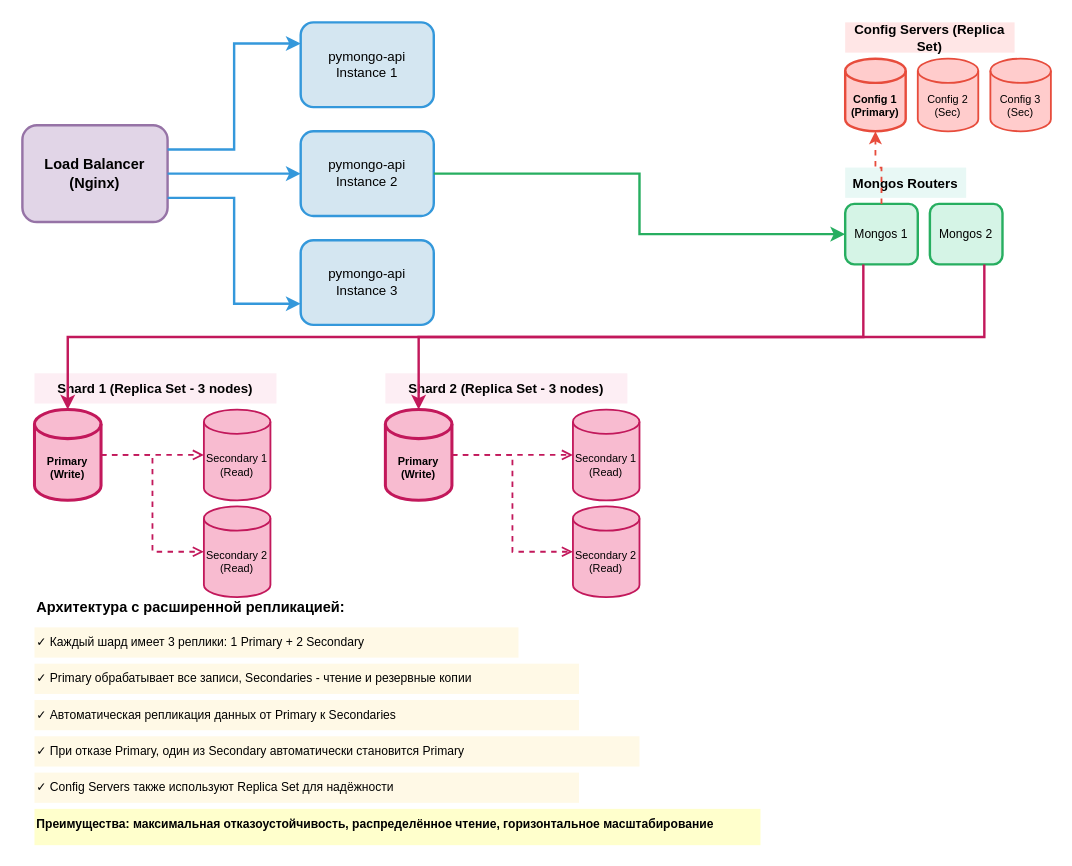
Above: task1/black-friday-1.2.drawio in hendricson/architecture-pro-black_friday (draw.io), before the change. Source tidied: cells renumbered, new cells numbered last; positions are measured from the earlier drawing's top-left corner, leaving out a move shared by most shapes. Both pictures are drawn from the tidied source at 121%, with x=0, y=0 at pixel (22, 22).
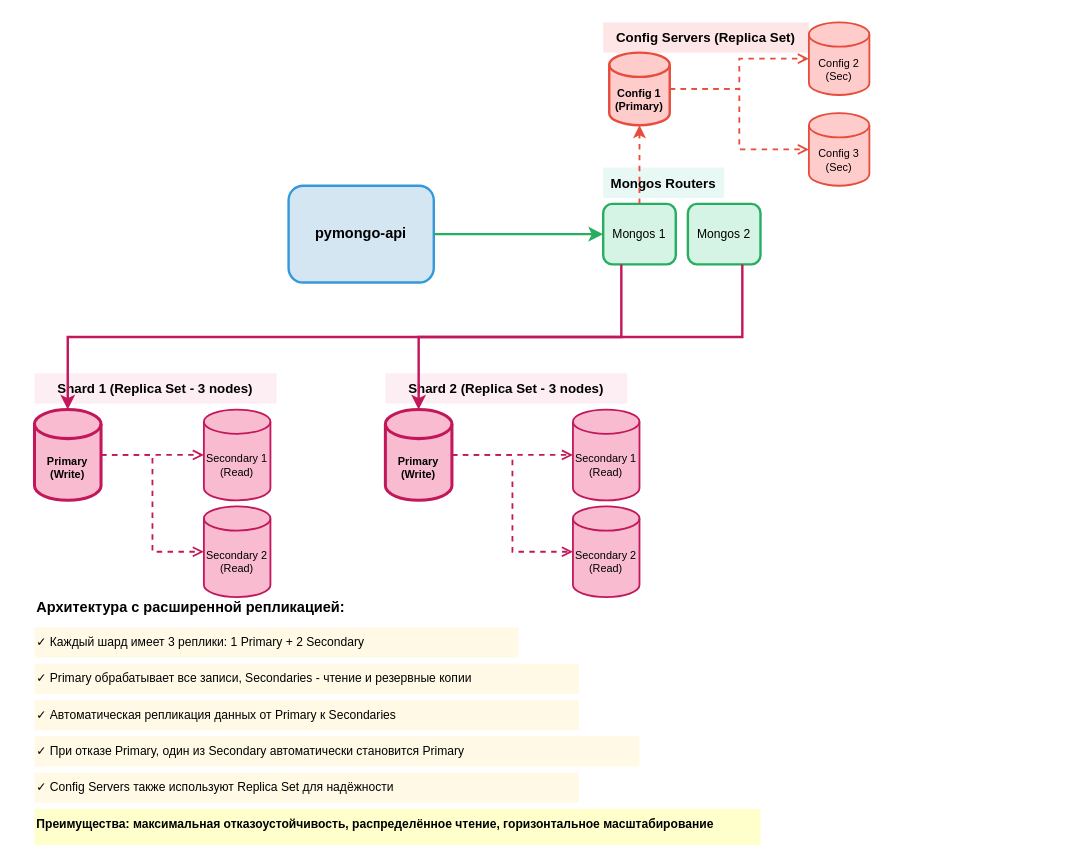
The same diagram, later.

Diff of the diagram source:
```diff
@@
-    <mxCell id="2" value="Load Balancer&#10;(Nginx)" style="rounded=1;whiteSpace=wrap;html=1;fillColor=#e1d5e7;strokeColor=#9673a6;strokeWidth=2;fontSize=12;fontStyle=1;" parent="1" vertex="1">
-      <mxGeometry y="85" width="120" height="80" as="geometry" />
-    </mxCell>
-    <mxCell id="3" value="pymongo-api&#10;Instance 1" style="rounded=1;whiteSpace=wrap;html=1;fillColor=#d4e6f1;strokeColor=#3498db;strokeWidth=2;fontSize=11;" parent="1" vertex="1">
-      <mxGeometry x="230" width="110" height="70" as="geometry" />
+    <mxCell id="3" value="pymongo-api" style="rounded=1;whiteSpace=wrap;html=1;fillColor=#d4e6f1;strokeColor=#3498db;strokeWidth=2;fontSize=12;fontStyle=1;" parent="1" vertex="1">
+      <mxGeometry x="220" y="135" width="120" height="80" as="geometry" />
     </mxCell>
-    <mxCell id="4" value="pymongo-api&#10;Instance 2" style="rounded=1;whiteSpace=wrap;html=1;fillColor=#d4e6f1;strokeColor=#3498db;strokeWidth=2;fontSize=11;" parent="1" vertex="1">
-      <mxGeometry x="230" y="90" width="110" height="70" as="geometry" />
-    </mxCell>
-    <mxCell id="5" value="pymongo-api&#10;Instance 3" style="rounded=1;whiteSpace=wrap;html=1;fillColor=#d4e6f1;strokeColor=#3498db;strokeWidth=2;fontSize=11;" parent="1" vertex="1">
-      <mxGeometry x="230" y="180" width="110" height="70" as="geometry" />
-    </mxCell>
     <mxCell id="6" value="Config Servers (Replica Set)" style="text;html=1;align=center;verticalAlign=middle;whiteSpace=wrap;rounded=0;fontSize=11;fontStyle=1;fillColor=#ffe6e6;" parent="1" vertex="1">
-      <mxGeometry x="680" width="140" height="25" as="geometry" />
+      <mxGeometry x="480" width="170" height="25" as="geometry" />
     </mxCell>
     <mxCell id="7" value="Config 1&#10;(Primary)" style="shape=cylinder3;whiteSpace=wrap;html=1;boundedLbl=1;backgroundOutline=1;size=10;fillColor=#ffcccc;strokeColor=#e74c3c;strokeWidth=2;fontSize=9;fontStyle=1;" parent="1" vertex="1">
-      <mxGeometry x="680" y="30" width="50" height="60" as="geometry" />
+      <mxGeometry x="485" y="25" width="50" height="60" as="geometry" />
     </mxCell>
     <mxCell id="8" value="Config 2&#10;(Sec)" style="shape=cylinder3;whiteSpace=wrap;html=1;boundedLbl=1;backgroundOutline=1;size=10;fillColor=#ffcccc;strokeColor=#e74c3c;strokeWidth=1.5;fontSize=9;" parent="1" vertex="1">
-      <mxGeometry x="740" y="30" width="50" height="60" as="geometry" />
+      <mxGeometry x="650" width="50" height="60" as="geometry" />
     </mxCell>
     <mxCell id="9" value="Config 3&#10;(Sec)" style="shape=cylinder3;whiteSpace=wrap;html=1;boundedLbl=1;backgroundOutline=1;size=10;fillColor=#ffcccc;strokeColor=#e74c3c;strokeWidth=1.5;fontSize=9;" parent="1" vertex="1">
-      <mxGeometry x="800" y="30" width="50" height="60" as="geometry" />
+      <mxGeometry x="650" y="75" width="50" height="60" as="geometry" />
     </mxCell>
+    <mxCell id="39" style="edgeStyle=orthogonalEdgeStyle;rounded=0;jettySize=auto;html=1;exitX=1;exitY=0.5;exitDx=0;exitDy=0;entryX=0;entryY=0.5;entryDx=0;entryDy=0;strokeWidth=1.5;strokeColor=#e74c3c;dashed=1;endArrow=open;endFill=0;" parent="1" edge="1" source="7" target="8">
+      <mxGeometry relative="1" as="geometry" />
+    </mxCell>
+    <mxCell id="40" style="edgeStyle=orthogonalEdgeStyle;rounded=0;jettySize=auto;html=1;exitX=1;exitY=0.5;exitDx=0;exitDy=0;entryX=0;entryY=0.5;entryDx=0;entryDy=0;strokeWidth=1.5;strokeColor=#e74c3c;dashed=1;endArrow=open;endFill=0;" parent="1" edge="1" source="7" target="9">
+      <mxGeometry relative="1" as="geometry" />
+    </mxCell>
     <mxCell id="10" value="Mongos Routers" style="text;html=1;align=center;verticalAlign=middle;whiteSpace=wrap;rounded=0;fontSize=11;fontStyle=1;fillColor=#e8f8f5;" parent="1" vertex="1">
-      <mxGeometry x="680" y="120" width="100" height="25" as="geometry" />
+      <mxGeometry x="480" y="120" width="100" height="25" as="geometry" />
     </mxCell>
     <mxCell id="11" value="Mongos 1" style="rounded=1;whiteSpace=wrap;html=1;fillColor=#d5f4e6;strokeColor=#27ae60;strokeWidth=2;fontSize=10;" parent="1" vertex="1">
-      <mxGeometry x="680" y="150" width="60" height="50" as="geometry" />
+      <mxGeometry x="480" y="150" width="60" height="50" as="geometry" />
     </mxCell>
     <mxCell id="12" value="Mongos 2" style="rounded=1;whiteSpace=wrap;html=1;fillColor=#d5f4e6;strokeColor=#27ae60;strokeWidth=2;fontSize=10;" parent="1" vertex="1">
-      <mxGeometry x="750" y="150" width="60" height="50" as="geometry" />
+      <mxGeometry x="550" y="150" width="60" height="50" as="geometry" />
     </mxCell>
@@
-    <mxCell id="25" style="edgeStyle=orthogonalEdgeStyle;rounded=0;jettySize=auto;html=1;exitX=1;exitY=0.25;exitDx=0;exitDy=0;entryX=0;entryY=0.25;entryDx=0;entryDy=0;strokeWidth=2;strokeColor=#3498db;" parent="1" edge="1" source="2" target="3">
-      <mxGeometry relative="1" as="geometry" />
-    </mxCell>
-    <mxCell id="26" style="edgeStyle=orthogonalEdgeStyle;rounded=0;jettySize=auto;html=1;exitX=1;exitY=0.5;exitDx=0;exitDy=0;entryX=0;entryY=0.5;entryDx=0;entryDy=0;strokeWidth=2;strokeColor=#3498db;" parent="1" edge="1" source="2" target="4">
-      <mxGeometry relative="1" as="geometry" />
-    </mxCell>
-    <mxCell id="27" style="edgeStyle=orthogonalEdgeStyle;rounded=0;jettySize=auto;html=1;exitX=1;exitY=0.75;exitDx=0;exitDy=0;entryX=0;entryY=0.75;entryDx=0;entryDy=0;strokeWidth=2;strokeColor=#3498db;" parent="1" edge="1" source="2" target="5">
-      <mxGeometry relative="1" as="geometry" />
-    </mxCell>
-    <mxCell id="28" style="edgeStyle=orthogonalEdgeStyle;rounded=0;jettySize=auto;html=1;exitX=1;exitY=0.5;exitDx=0;exitDy=0;entryX=0;entryY=0.5;entryDx=0;entryDy=0;strokeWidth=2;strokeColor=#27ae60;" parent="1" edge="1" source="4" target="11">
+    <mxCell id="28" style="edgeStyle=orthogonalEdgeStyle;rounded=0;jettySize=auto;html=1;exitX=1;exitY=0.5;exitDx=0;exitDy=0;entryX=0;entryY=0.5;entryDx=0;entryDy=0;strokeWidth=2;strokeColor=#27ae60;" parent="1" edge="1" source="3" target="11">
       <mxGeometry relative="1" as="geometry" />
     </mxCell>
```
